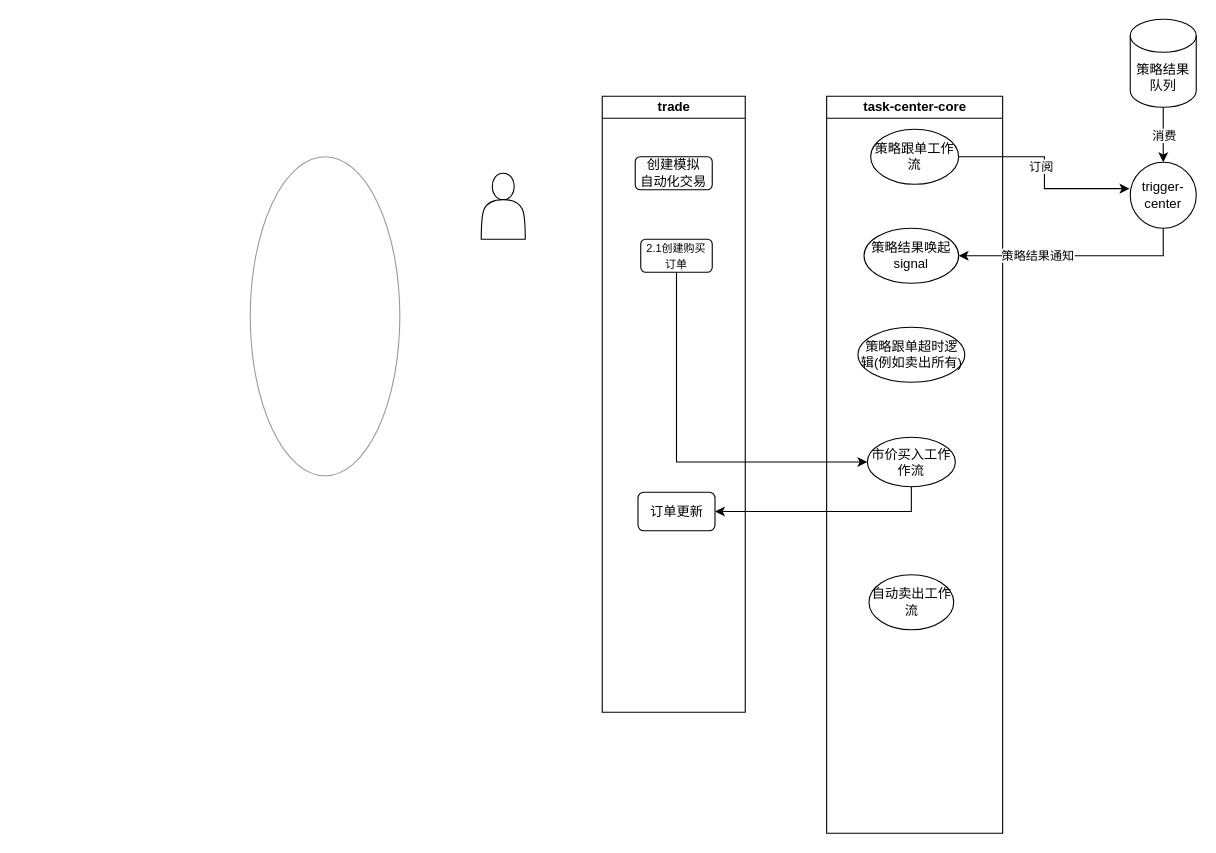
The draw.io diagram 策略买入工作流.drawio in ZiHengLee/drawio, before the edit. Source tidied: cells renumbered, new cells numbered last; positions are measured from the earlier drawing's top-left corner, leaving out a move shared by most shapes. Both pictures are drawn from the tidied source at 110%, with x=0, y=0 at pixel (250, 19).
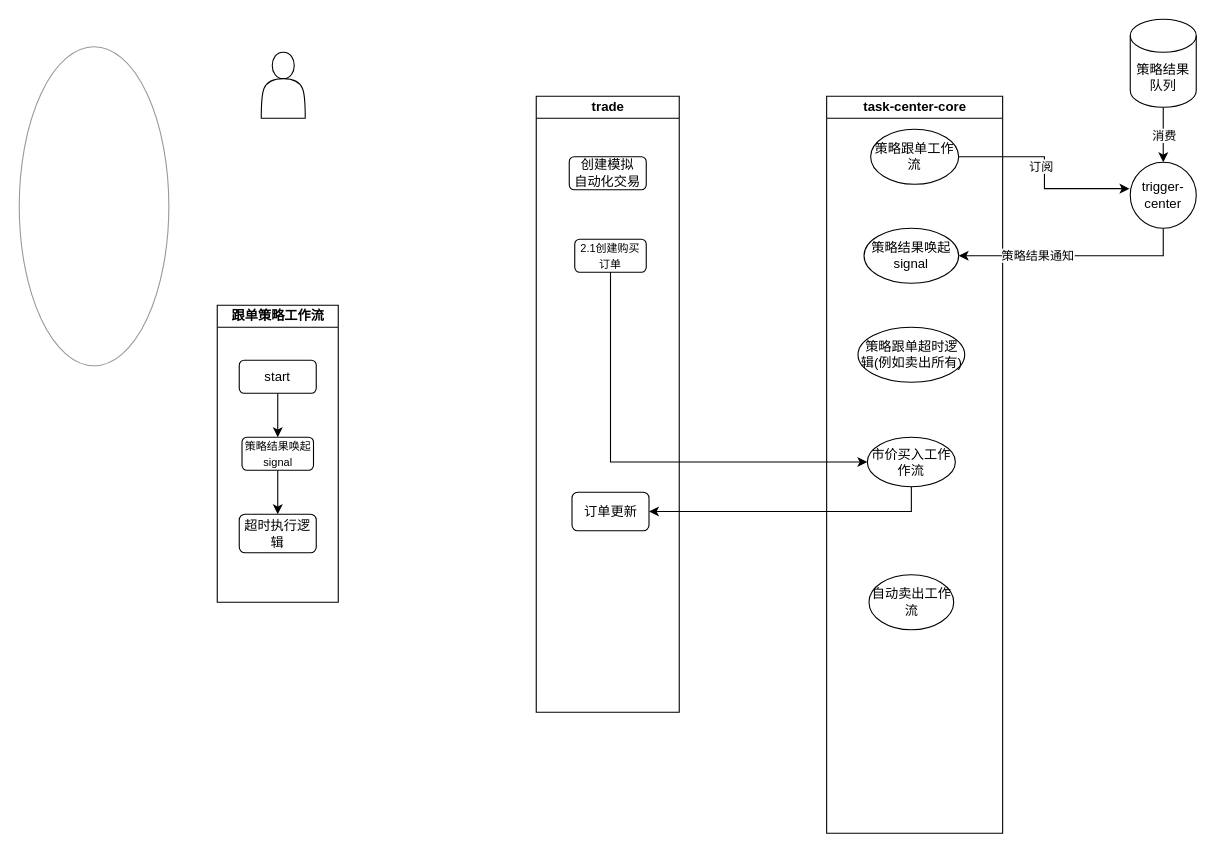
After the change.

Commit message (it also covers changes not shown here):
更新策略买入工作流.drawio

The edit, as a diff of the source:
```diff
@@
     <mxCell id="2" style="shape=actor;whiteSpace=wrap;html=1;" parent="1" vertex="1">
-      <mxGeometry x="210" y="140" width="40" height="60" as="geometry" />
+      <mxGeometry x="10" y="30" width="40" height="60" as="geometry" />
     </mxCell>
@@
     <mxCell id="6" value="trade" style="swimlane;startSize=20;html=1;" parent="1" vertex="1">
-      <mxGeometry x="320" y="70" width="130" height="560" as="geometry" />
+      <mxGeometry x="260" y="70" width="130" height="560" as="geometry" />
     </mxCell>
@@
     <mxCell id="16" style="ellipse;whiteSpace=wrap;html=1;opacity=40;" parent="1" vertex="1">
-      <mxGeometry y="125" width="136" height="290" as="geometry" />
+      <mxGeometry x="-210" y="25" width="136" height="290" as="geometry" />
     </mxCell>
@@
+    <mxCell id="24" value="跟单策略工作流" style="swimlane;startSize=20;html=1;" parent="1" vertex="1">
+      <mxGeometry x="-30" y="260" width="110" height="270" as="geometry" />
+    </mxCell>
+    <mxCell id="25" style="edgeStyle=orthogonalEdgeStyle;rounded=0;jettySize=auto;html=1;exitX=0.5;exitY=1;exitDx=0;exitDy=0;entryX=0.5;entryY=0;entryDx=0;entryDy=0;" parent="24" edge="1" source="26" target="28">
+      <mxGeometry relative="1" as="geometry" />
+    </mxCell>
+    <mxCell id="26" value="start" style="rounded=1;whiteSpace=wrap;html=1;" parent="24" vertex="1">
+      <mxGeometry x="20" y="50" width="70" height="30" as="geometry" />
+    </mxCell>
+    <mxCell id="27" style="edgeStyle=orthogonalEdgeStyle;rounded=0;jettySize=auto;html=1;exitX=0.5;exitY=1;exitDx=0;exitDy=0;entryX=0.5;entryY=0;entryDx=0;entryDy=0;" parent="24" edge="1" source="28" target="29">
+      <mxGeometry relative="1" as="geometry" />
+    </mxCell>
+    <mxCell id="28" value="&lt;span style=&quot;font-size: 10px;&quot;&gt;策略结果唤起signal&lt;/span&gt;" style="rounded=1;whiteSpace=wrap;html=1;" parent="24" vertex="1">
+      <mxGeometry x="22.5" y="120" width="65" height="30" as="geometry" />
+    </mxCell>
+    <mxCell id="29" value="超时执行逻辑" style="rounded=1;whiteSpace=wrap;html=1;" parent="24" vertex="1">
+      <mxGeometry x="20" y="190" width="70" height="35" as="geometry" />
+    </mxCell>
```
